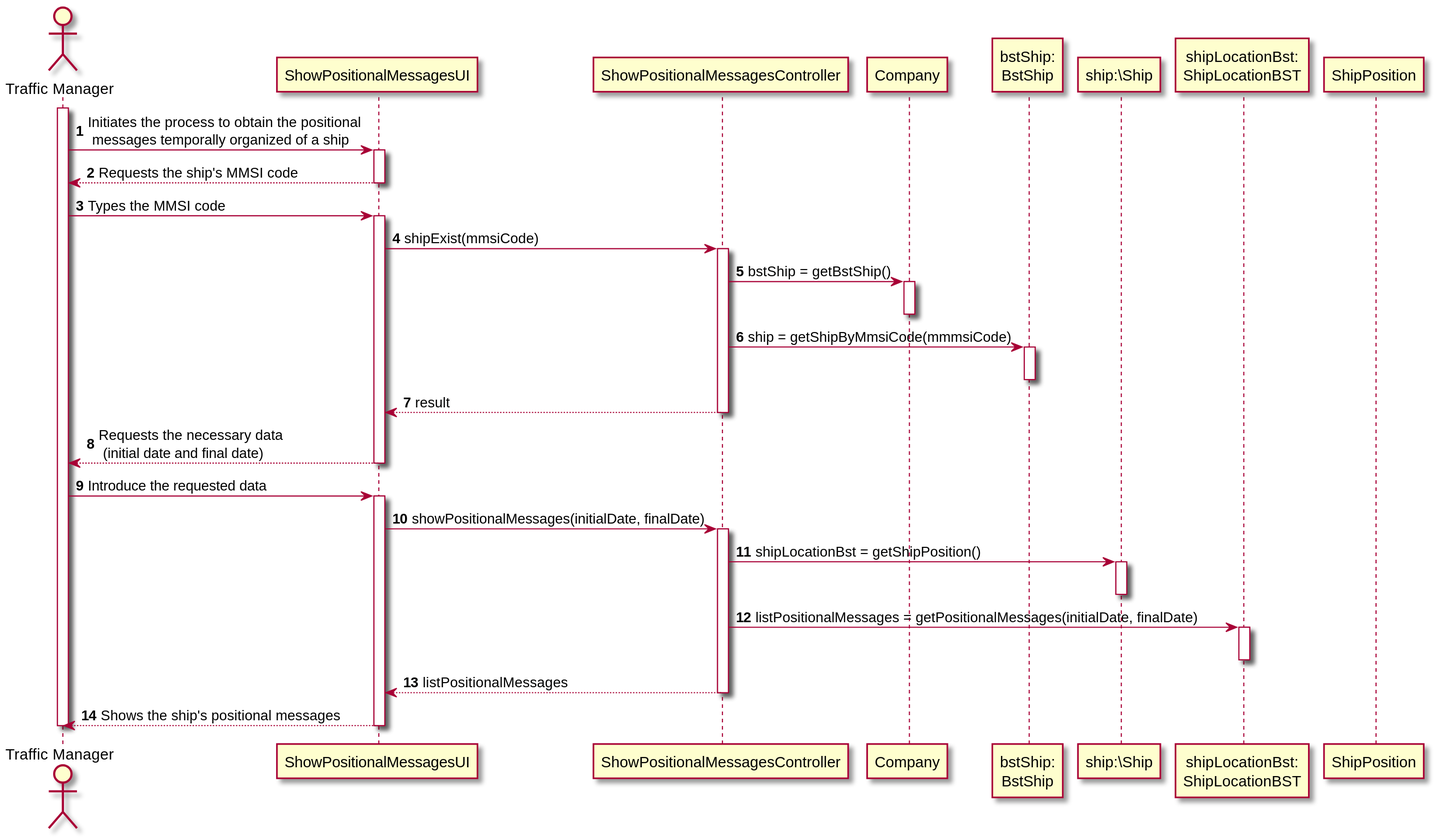
The PlantUML diagram docs/US103/US103_SD.svg in 0franciscor/lapr3-2021-g042, before a commit.
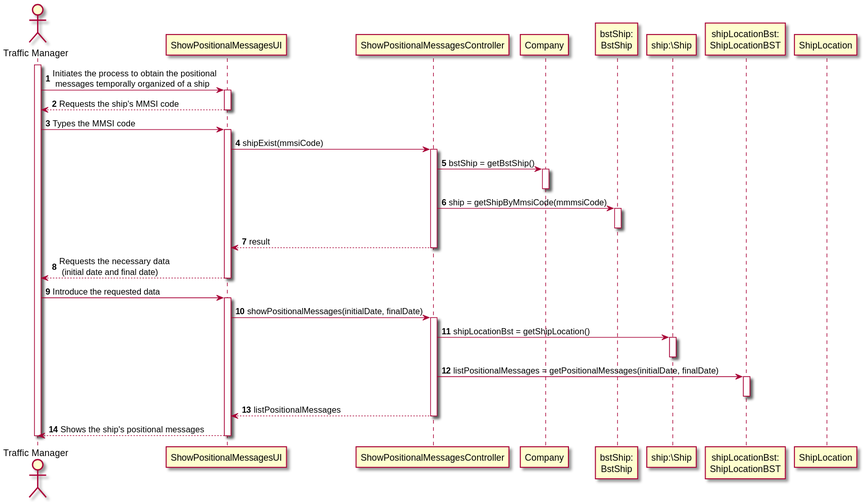
After the commit.

What changed in the source:
```diff
@@ -9,7 +9,7 @@
 participant "bstShip:\nBstShip" as BstShip
 participant "ship:\Ship" as S
 participant "shipLocationBst:\nShipLocationBST" as ShipLocationBST
-participant "ShipPosition" as SP
+participant "ShipLocation" as SL
 
 
 activate TM
@@ -35,7 +35,7 @@
 activate UI
 UI -> CTRL: showPositionalMessages(initialDate, finalDate)
 activate CTRL
-CTRL -> S : shipLocationBst = getShipPosition()
+CTRL -> S : shipLocationBst = getShipLocation()
 activate S
 deactivate S
 CTRL -> ShipLocationBST : listPositionalMessages = getPositionalMessages(initialDate, finalDate)
```
